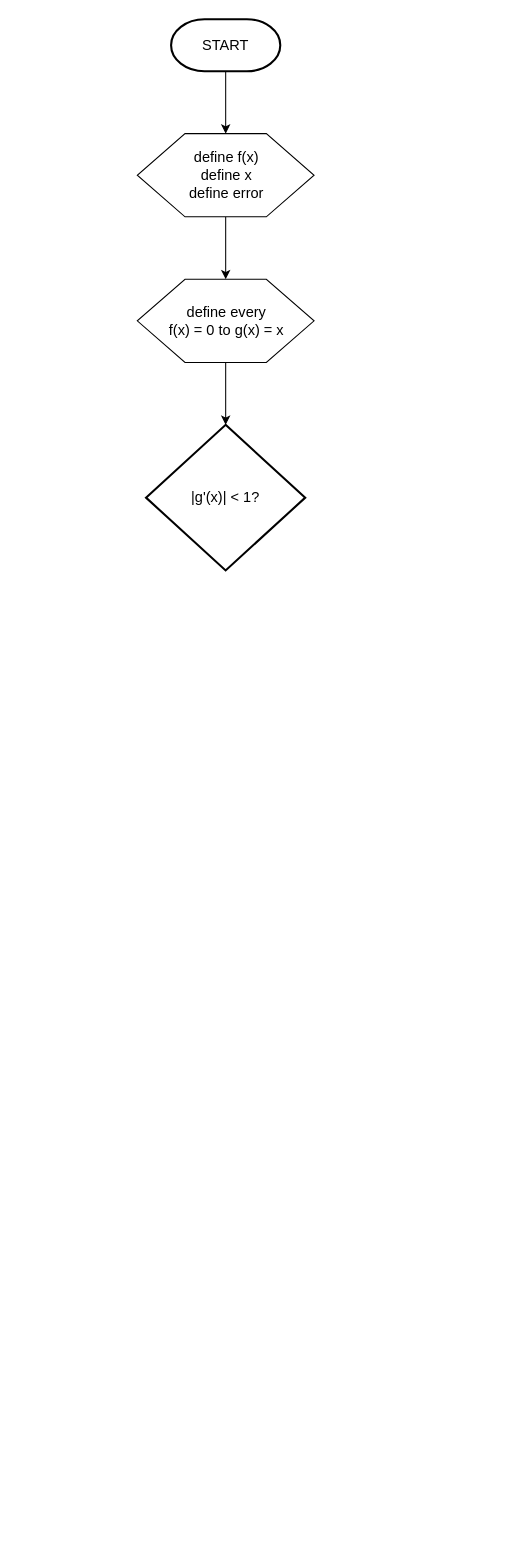
Earlier version of the draw.io diagram fixed-point/fixed-point-iteration.drawio (HarisHerdiansyah/computational-math). Source tidied: cells renumbered, new cells numbered last; positions are measured from the earlier drawing's top-left corner, leaving out a move shared by most shapes. Both pictures are drawn from the tidied source at 104%, with x=0, y=0 at pixel (137, 19).
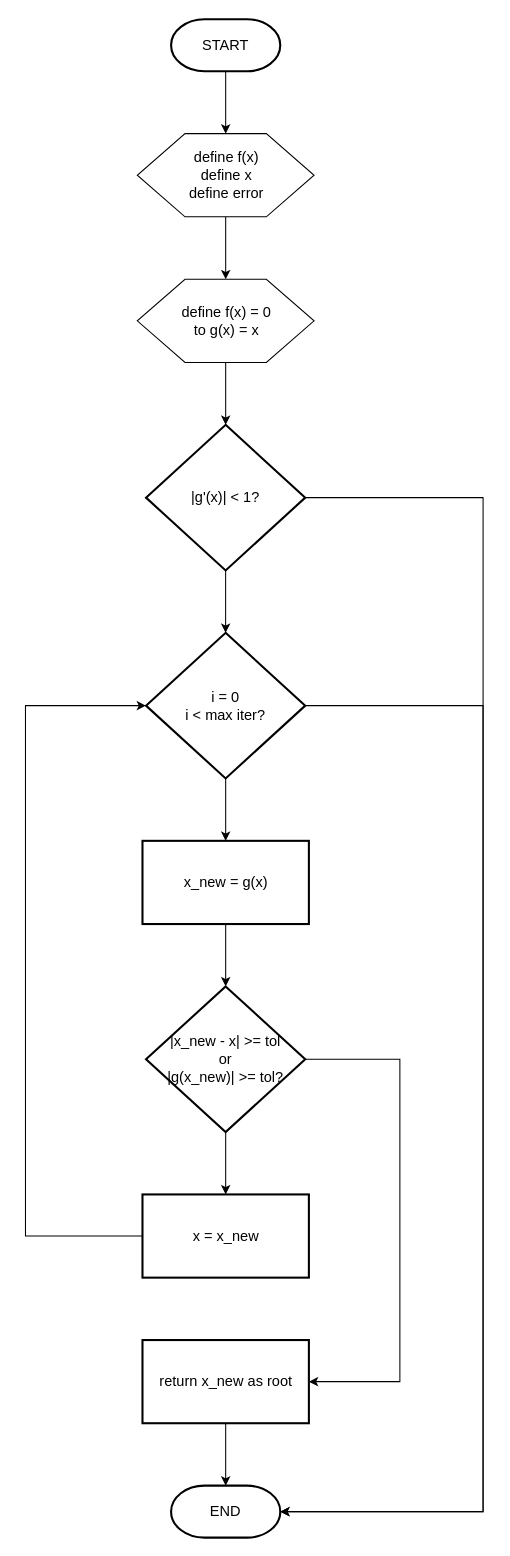
After the change.

The change refers to these unchanged cells:
```xml
<mxCell id="8" value="|g'(x)| &amp;lt; 1?" style="strokeWidth=2;html=1;shape=mxgraph.flowchart.decision;whiteSpace=wrap;fontSize=14;" parent="1" vertex="1">
  <mxGeometry x="7.9" y="390" width="153.1" height="140" as="geometry" />
</mxCell>
```

Change to the diagram source:
```diff
@@
-    <mxCell id="7" value="define every&lt;div&gt;f(x) = 0 to g(x) = x&lt;/div&gt;" style="verticalLabelPosition=middle;verticalAlign=middle;html=1;shape=hexagon;perimeter=hexagonPerimeter2;arcSize=6;size=0.27;labelPosition=center;align=center;fontSize=14;" parent="1" vertex="1">
+    <mxCell id="7" value="define&amp;nbsp;&lt;span style=&quot;background-color: transparent; color: light-dark(rgb(0, 0, 0), rgb(255, 255, 255));&quot;&gt;f(x) = 0&lt;/span&gt;&lt;div&gt;&lt;span style=&quot;background-color: transparent; color: light-dark(rgb(0, 0, 0), rgb(255, 255, 255));&quot;&gt;to g(x) = x&lt;/span&gt;&lt;/div&gt;" style="verticalLabelPosition=middle;verticalAlign=middle;html=1;shape=hexagon;perimeter=hexagonPerimeter2;arcSize=6;size=0.27;labelPosition=center;align=center;fontSize=14;" parent="1" vertex="1">
       <mxGeometry x="-0.5" y="250" width="170" height="80" as="geometry" />
     </mxCell>
+    <mxCell id="9" style="edgeStyle=orthogonalEdgeStyle;rounded=0;jettySize=auto;html=1;" parent="1" edge="1" source="8" target="11">
+      <mxGeometry relative="1" as="geometry" />
+    </mxCell>
@@
+    <mxCell id="10" style="edgeStyle=orthogonalEdgeStyle;rounded=0;jettySize=auto;html=1;" parent="1" edge="1" source="11" target="13">
+      <mxGeometry relative="1" as="geometry" />
+    </mxCell>
+    <mxCell id="11" value="i = 0&lt;div&gt;i &amp;lt; max iter?&lt;/div&gt;" style="strokeWidth=2;html=1;shape=mxgraph.flowchart.decision;whiteSpace=wrap;fontSize=14;" parent="1" vertex="1">
+      <mxGeometry x="7.9" y="590" width="153.1" height="140" as="geometry" />
+    </mxCell>
+    <mxCell id="12" style="edgeStyle=orthogonalEdgeStyle;rounded=0;jettySize=auto;html=1;" parent="1" edge="1" source="13" target="16">
+      <mxGeometry relative="1" as="geometry" />
+    </mxCell>
+    <mxCell id="13" value="x_new = g(x)" style="rounded=1;whiteSpace=wrap;html=1;absoluteArcSize=1;arcSize=0;strokeWidth=2;fontSize=14;" parent="1" vertex="1">
+      <mxGeometry x="4.5" y="790" width="160" height="80" as="geometry" />
+    </mxCell>
+    <mxCell id="14" style="edgeStyle=orthogonalEdgeStyle;rounded=0;jettySize=auto;html=1;" parent="1" edge="1" source="16" target="17">
+      <mxGeometry relative="1" as="geometry" />
+    </mxCell>
+    <mxCell id="15" style="edgeStyle=orthogonalEdgeStyle;rounded=0;jettySize=auto;html=1;exitX=1;exitY=0.5;exitDx=0;exitDy=0;exitPerimeter=0;entryX=1;entryY=0.5;entryDx=0;entryDy=0;" parent="1" edge="1" source="16" target="21">
+      <mxGeometry relative="1" as="geometry">
+        <Array as="points">
+          <mxPoint x="252" y="1000" />
+          <mxPoint x="252" y="1310" />
+        </Array>
+      </mxGeometry>
+    </mxCell>
+    <mxCell id="16" value="|x_new - x| &amp;gt;= tol&lt;div&gt;or&lt;/div&gt;&lt;div&gt;|g(x_new)| &amp;gt;= tol?&lt;/div&gt;" style="strokeWidth=2;html=1;shape=mxgraph.flowchart.decision;whiteSpace=wrap;fontSize=14;" parent="1" vertex="1">
+      <mxGeometry x="7.9" y="930" width="153.1" height="140" as="geometry" />
+    </mxCell>
+    <mxCell id="17" value="x = x_new" style="rounded=1;whiteSpace=wrap;html=1;absoluteArcSize=1;arcSize=0;strokeWidth=2;fontSize=14;" parent="1" vertex="1">
+      <mxGeometry x="4.5" y="1130" width="160" height="80" as="geometry" />
+    </mxCell>
+    <mxCell id="18" style="edgeStyle=orthogonalEdgeStyle;rounded=0;jettySize=auto;html=1;exitX=0;exitY=0.5;exitDx=0;exitDy=0;entryX=0;entryY=0.5;entryDx=0;entryDy=0;entryPerimeter=0;" parent="1" edge="1" source="17" target="11">
+      <mxGeometry relative="1" as="geometry">
+        <Array as="points">
+          <mxPoint x="-108" y="1170" />
+          <mxPoint x="-108" y="660" />
+        </Array>
+      </mxGeometry>
+    </mxCell>
+    <mxCell id="19" value="END" style="strokeWidth=2;html=1;shape=mxgraph.flowchart.terminator;whiteSpace=wrap;fontSize=14;" parent="1" vertex="1">
+      <mxGeometry x="32" y="1410" width="105" height="50" as="geometry" />
+    </mxCell>
+    <mxCell id="20" style="edgeStyle=orthogonalEdgeStyle;rounded=0;jettySize=auto;html=1;" parent="1" edge="1" source="21" target="19">
+      <mxGeometry relative="1" as="geometry" />
+    </mxCell>
+    <mxCell id="21" value="return x_new as root" style="rounded=1;whiteSpace=wrap;html=1;absoluteArcSize=1;arcSize=0;strokeWidth=2;fontSize=14;" parent="1" vertex="1">
+      <mxGeometry x="4.5" y="1270" width="160" height="80" as="geometry" />
+    </mxCell>
+    <mxCell id="22" style="edgeStyle=orthogonalEdgeStyle;rounded=0;jettySize=auto;html=1;exitX=1;exitY=0.5;exitDx=0;exitDy=0;exitPerimeter=0;entryX=1;entryY=0.5;entryDx=0;entryDy=0;entryPerimeter=0;" parent="1" edge="1" source="11" target="19">
+      <mxGeometry relative="1" as="geometry">
+        <Array as="points">
+          <mxPoint x="332" y="660" />
+          <mxPoint x="332" y="1435" />
+        </Array>
+      </mxGeometry>
+    </mxCell>
+    <mxCell id="23" style="edgeStyle=orthogonalEdgeStyle;rounded=0;jettySize=auto;html=1;exitX=1;exitY=0.5;exitDx=0;exitDy=0;exitPerimeter=0;entryX=1;entryY=0.5;entryDx=0;entryDy=0;entryPerimeter=0;" parent="1" edge="1" source="8" target="19">
+      <mxGeometry relative="1" as="geometry">
+        <Array as="points">
+          <mxPoint x="332" y="460" />
+          <mxPoint x="332" y="1435" />
+        </Array>
+      </mxGeometry>
+    </mxCell>
```
